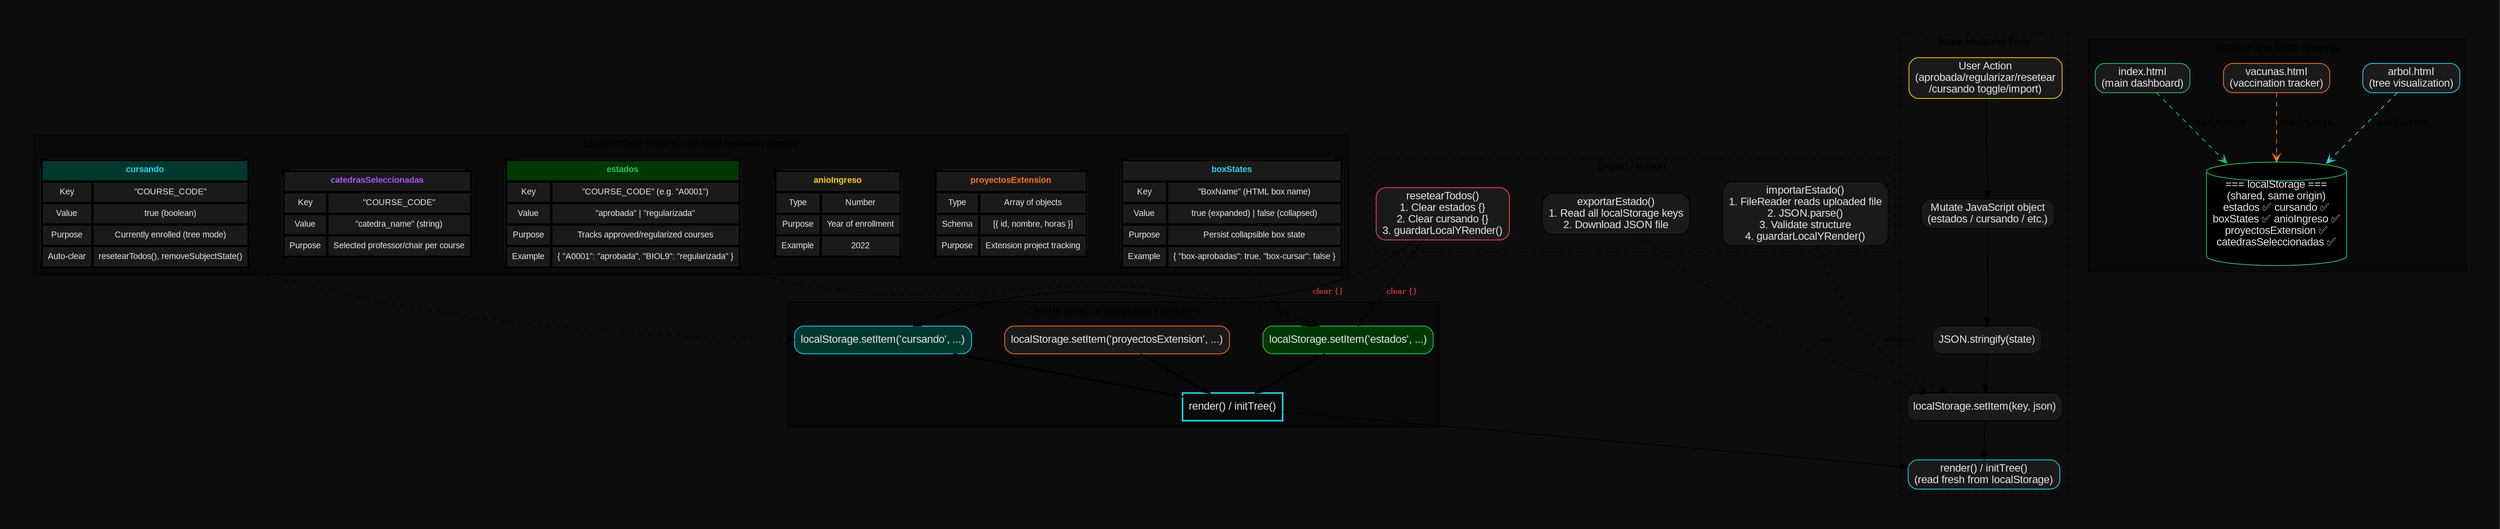
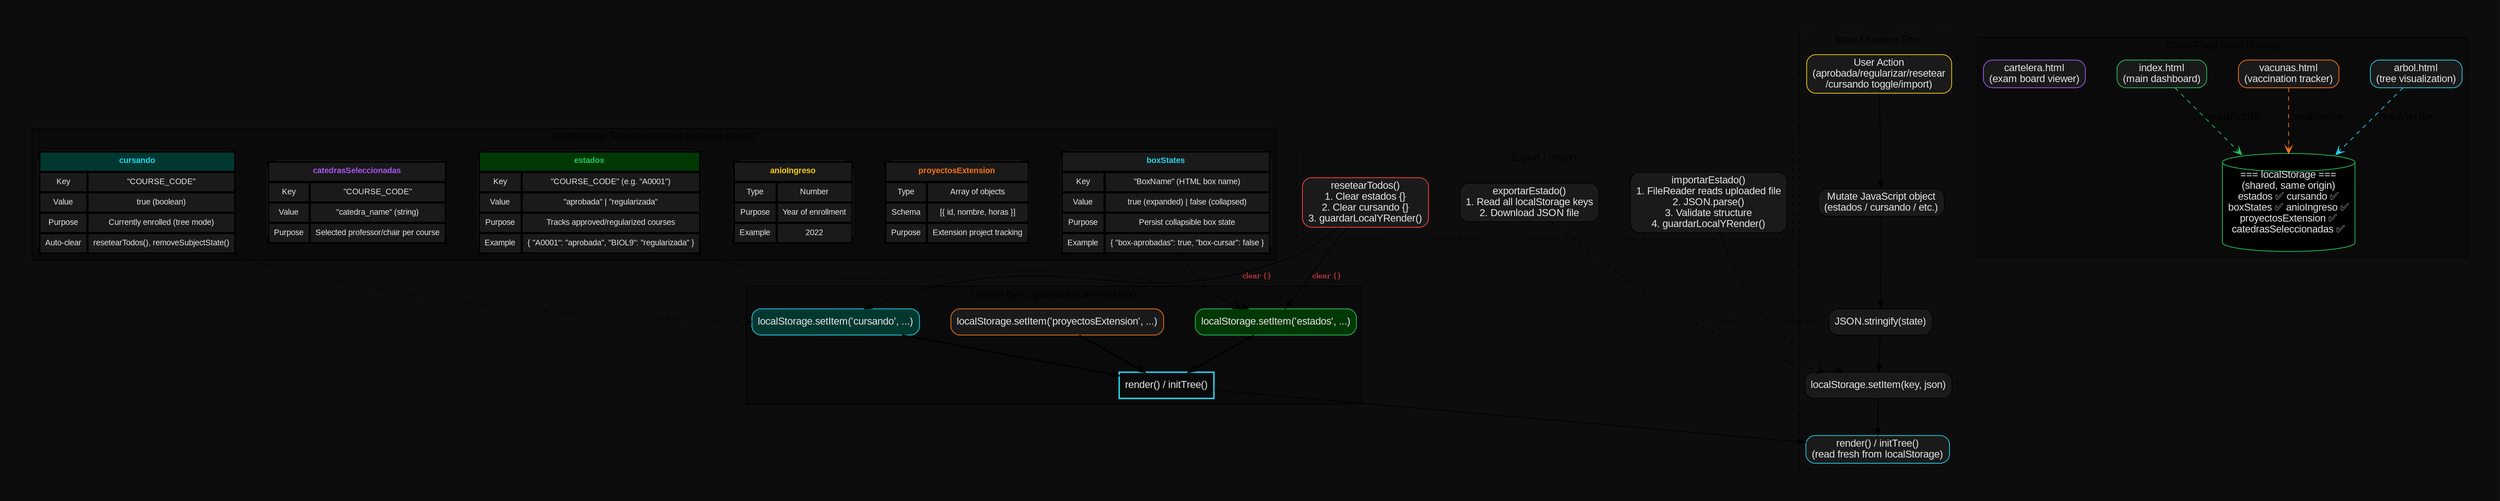
digraph StateManagement {
  rankdir=TB;
  bgcolor="#0d0d0d";
  fontname="Arial";
  fontcolor="#e5e5e5";
  compound=true;
  pad=0.5;
  nodesep=0.6;
  ranksep=0.7;

  node [style="filled,rounded", fontname="Arial", fontcolor="#e5e5e5"];

  // ── localStorage Schema Definitions ──
  subgraph cluster_schemas {
    label="localStorage Schema (shared between pages)";
    fontcolor="#888";
    fontname="Arial";
    color="#444";
    style=filled;
    fillcolor="#0a0a0a";

    // Schema definitions in a table-like layout
    schema_estados [label=<
<TABLE BORDER="0" CELLBORDER="1" CELLSPACING="2" CELLPADDING="6" BGCOLOR="#111">
  <TR><TD COLSPAN="2" BGCOLOR="#003803"><B><FONT COLOR="#22c55e">estados</FONT></B></TD></TR>
  <TR><TD BGCOLOR="#1a1a1a">Key</TD><TD BGCOLOR="#1a1a1a">"COURSE_CODE" (e.g. "A0001")</TD></TR>
  <TR><TD BGCOLOR="#1a1a1a">Value</TD><TD BGCOLOR="#1a1a1a">"aprobada" | "regularizada"</TD></TR>
  <TR><TD BGCOLOR="#1a1a1a">Purpose</TD><TD BGCOLOR="#1a1a1a">Tracks approved/regularized courses</TD></TR>
  <TR><TD BGCOLOR="#1a1a1a">Example</TD><TD BGCOLOR="#1a1a1a">{ "A0001": "aprobada", "BIOL9": "regularizada" }</TD></TR>
</TABLE>
>, shape=plain, fontsize=11];

    schema_proyectos [label=<
<TABLE BORDER="0" CELLBORDER="1" CELLSPACING="2" CELLPADDING="6" BGCOLOR="#111">
  <TR><TD COLSPAN="2" BGCOLOR="#1a1a1a"><B><FONT COLOR="#f97316">proyectosExtension</FONT></B></TD></TR>
  <TR><TD BGCOLOR="#1a1a1a">Type</TD><TD BGCOLOR="#1a1a1a">Array of objects</TD></TR>
  <TR><TD BGCOLOR="#1a1a1a">Schema</TD><TD BGCOLOR="#1a1a1a">[{ id, nombre, horas }]</TD></TR>
  <TR><TD BGCOLOR="#1a1a1a">Purpose</TD><TD BGCOLOR="#1a1a1a">Extension project tracking</TD></TR>
</TABLE>
>, shape=plain, fontsize=11];

    schema_anio [label=<
<TABLE BORDER="0" CELLBORDER="1" CELLSPACING="2" CELLPADDING="6" BGCOLOR="#111">
  <TR><TD COLSPAN="2" BGCOLOR="#1a1a1a"><B><FONT COLOR="#facc15">anioIngreso</FONT></B></TD></TR>
  <TR><TD BGCOLOR="#1a1a1a">Type</TD><TD BGCOLOR="#1a1a1a">Number</TD></TR>
  <TR><TD BGCOLOR="#1a1a1a">Purpose</TD><TD BGCOLOR="#1a1a1a">Year of enrollment</TD></TR>
  <TR><TD BGCOLOR="#1a1a1a">Example</TD><TD BGCOLOR="#1a1a1a">2022</TD></TR>
</TABLE>
>, shape=plain, fontsize=11];

    schema_boxStates [label=<
<TABLE BORDER="0" CELLBORDER="1" CELLSPACING="2" CELLPADDING="6" BGCOLOR="#111">
  <TR><TD COLSPAN="2" BGCOLOR="#1a1a1a"><B><FONT COLOR="#22d3ee">boxStates</FONT></B></TD></TR>
  <TR><TD BGCOLOR="#1a1a1a">Key</TD><TD BGCOLOR="#1a1a1a">"BoxName" (HTML box name)</TD></TR>
  <TR><TD BGCOLOR="#1a1a1a">Value</TD><TD BGCOLOR="#1a1a1a">true (expanded) | false (collapsed)</TD></TR>
  <TR><TD BGCOLOR="#1a1a1a">Purpose</TD><TD BGCOLOR="#1a1a1a">Persist collapsible box state</TD></TR>
  <TR><TD BGCOLOR="#1a1a1a">Example</TD><TD BGCOLOR="#1a1a1a">{ "box-aprobadas": true, "box-cursar": false }</TD></TR>
</TABLE>
>, shape=plain, fontsize=11];

    schema_catedras [label=<
<TABLE BORDER="0" CELLBORDER="1" CELLSPACING="2" CELLPADDING="6" BGCOLOR="#111">
  <TR><TD COLSPAN="2" BGCOLOR="#1a1a1a"><B><FONT COLOR="#a855f7">catedrasSeleccionadas</FONT></B></TD></TR>
  <TR><TD BGCOLOR="#1a1a1a">Key</TD><TD BGCOLOR="#1a1a1a">"COURSE_CODE"</TD></TR>
  <TR><TD BGCOLOR="#1a1a1a">Value</TD><TD BGCOLOR="#1a1a1a">"catedra_name" (string)</TD></TR>
  <TR><TD BGCOLOR="#1a1a1a">Purpose</TD><TD BGCOLOR="#1a1a1a">Selected professor/chair per course</TD></TR>
</TABLE>
>, shape=plain, fontsize=11];

    schema_cursando [label=<
<TABLE BORDER="0" CELLBORDER="1" CELLSPACING="2" CELLPADDING="6" BGCOLOR="#111">
  <TR><TD COLSPAN="2" BGCOLOR="#003830"><B><FONT COLOR="#22d3ee">cursando</FONT></B></TD></TR>
  <TR><TD BGCOLOR="#1a1a1a">Key</TD><TD BGCOLOR="#1a1a1a">"COURSE_CODE"</TD></TR>
  <TR><TD BGCOLOR="#1a1a1a">Value</TD><TD BGCOLOR="#1a1a1a">true (boolean)</TD></TR>
  <TR><TD BGCOLOR="#1a1a1a">Purpose</TD><TD BGCOLOR="#1a1a1a">Currently enrolled (tree mode)</TD></TR>
  <TR><TD BGCOLOR="#1a1a1a">Auto-clear</TD><TD BGCOLOR="#1a1a1a">resetearTodos(), removeSubjectState()</TD></TR>
</TABLE>
>, shape=plain, fontsize=11];
  }

  // ── State Flow Subgraph ──
  subgraph cluster_flow {
    label="State Mutation Flow";
    fontcolor="#888";
    fontname="Arial";
    color="#333";
    style=dashed;

    user_action [label="User Action\n(aprobada/regularizar/resetear\n/cursando toggle/import)", fillcolor="#1a1a1a", color="#facc15", shape=box];
    mutate_state [label="Mutate JavaScript object\n(estados / cursando / etc.)", fillcolor="#1a1a1a", color="#666", shape=box];
    json_stringify [label="JSON.stringify(state)", fillcolor="#1a1a1a", color="#666", shape=box];
    set_item [label="localStorage.setItem(key, json)", fillcolor="#1a1a1a", color="#666", shape=box];
    render_page [label="render() / initTree()\n(read fresh from localStorage)", fillcolor="#1a1a1a", color="#22d3ee", shape=box];
  }

  // ── guardarLocalYRender ──
  subgraph cluster_sync {
    label="Central Sync: guardarLocalYRender()";
    fontcolor="#888";
    fontname="Arial";
    color="#444";
    style=filled;
    fillcolor="#0a0a0a";

    sync_estados [label="localStorage.setItem('estados', ...)", fillcolor="#003803", color="#22c55e", shape=box];
    sync_proyectos [label="localStorage.setItem('proyectosExtension', ...)", fillcolor="#1a1a1a", color="#f97316", shape=box];
    sync_cursando [label="localStorage.setItem('cursando', ...)", fillcolor="#003830", color="#22d3ee", shape=box];
    sync_call_render [label="render() / initTree()", fillcolor="#1a1a1a", color="#22d3ee", shape=box, style="bold"];
  }

  // ── Export / Import Subgraph ──
  subgraph cluster_io {
    label="Export / Import";
    fontcolor="#888";
    fontname="Arial";
    color="#333";
    style=dashed;

    export_all [label="exportarEstado()\n1. Read all localStorage keys\n2. Download JSON file", fillcolor="#1a1a1a", color="#666", shape=box];
    import_all [label="importarEstado()\n1. FileReader reads uploaded file\n2. JSON.parse()\n3. Validate structure\n4. guardarLocalYRender()", fillcolor="#1a1a1a", color="#666", shape=box];
    reset_all [label="resetearTodos()\n1. Clear estados {}\n2. Clear cursando {}\n3. guardarLocalYRender()", fillcolor="#1a1a1a", color="#ff4444", shape=box];
  }

  // ── Shared State Note ──
  subgraph cluster_sharing {
    label="Cross-Page State Sharing";
    fontcolor="#888";
    fontname="Arial";
    color="#444";
    style=filled;
    fillcolor="#0a0a0a";

    page_main [label="index.html\n(main dashboard)", fillcolor="#1a1a1a", color="#22c55e", shape=box];
    page_arbol [label="arbol.html\n(tree visualization)", fillcolor="#1a1a1a", color="#22d3ee", shape=box];
    page_vacunas [label="vacunas.html\n(vaccination tracker)", fillcolor="#1a1a1a", color="#f97316", shape=box];
+     page_cartelera [label="cartelera.html\n(exam board viewer)", fillcolor="#1a1a1a", color="#a855f7", shape=box];
    shared_ls [label="=== localStorage ===\n(shared, same origin)\nestados ✅ cursando ✅\nboxStates ✅ anioIngreso ✅\nproyectosExtension ✅\ncatedrasSeleccionadas ✅", fillcolor="#111", color="#22c55e", shape=cylinder, style=filled];
  }

  // ── Edges: State Flow ──
  user_action -> mutate_state;
  mutate_state -> json_stringify;
  json_stringify -> set_item;
  set_item -> render_page;

  // Edge: guardarLocalYRender detail
  sync_estados -> sync_call_render [style=bold];
  sync_proyectos -> sync_call_render [style=bold];
  sync_cursando -> sync_call_render [style=bold];
  sync_call_render -> render_page;

  // Edge: Export/Import
  export_all -> set_item [style=dashed, color="#888", arrowhead=open, label="reads", fontcolor="#888", fontsize=9];
  import_all -> set_item [style=dashed, color="#888", arrowhead=open, label="writes all", fontcolor="#888", fontsize=9];
  reset_all -> sync_estados [label="clear {}", fontcolor="#ff4444", fontsize=10];
  reset_all -> sync_cursando [label="clear {}", fontcolor="#ff4444", fontsize=10];

  // Edge: Cross-page sharing
  page_main -> shared_ls [style=dashed, color="#22c55e", arrowhead=open, label="read/write"];
  page_arbol -> shared_ls [style=dashed, color="#22d3ee", arrowhead=open, label="read/write"];
  page_vacunas -> shared_ls [style=dashed, color="#f97316", arrowhead=open, label="read/write"];

  // Edge: Schema to central sync
  schema_estados -> sync_estados [style=dashed, color="#444", arrowhead=open];
  schema_boxStates -> sync_estados [style=dashed, color="#444", arrowhead=open];
  schema_cursando -> sync_cursando [style=dashed, color="#444", arrowhead=open];
}
